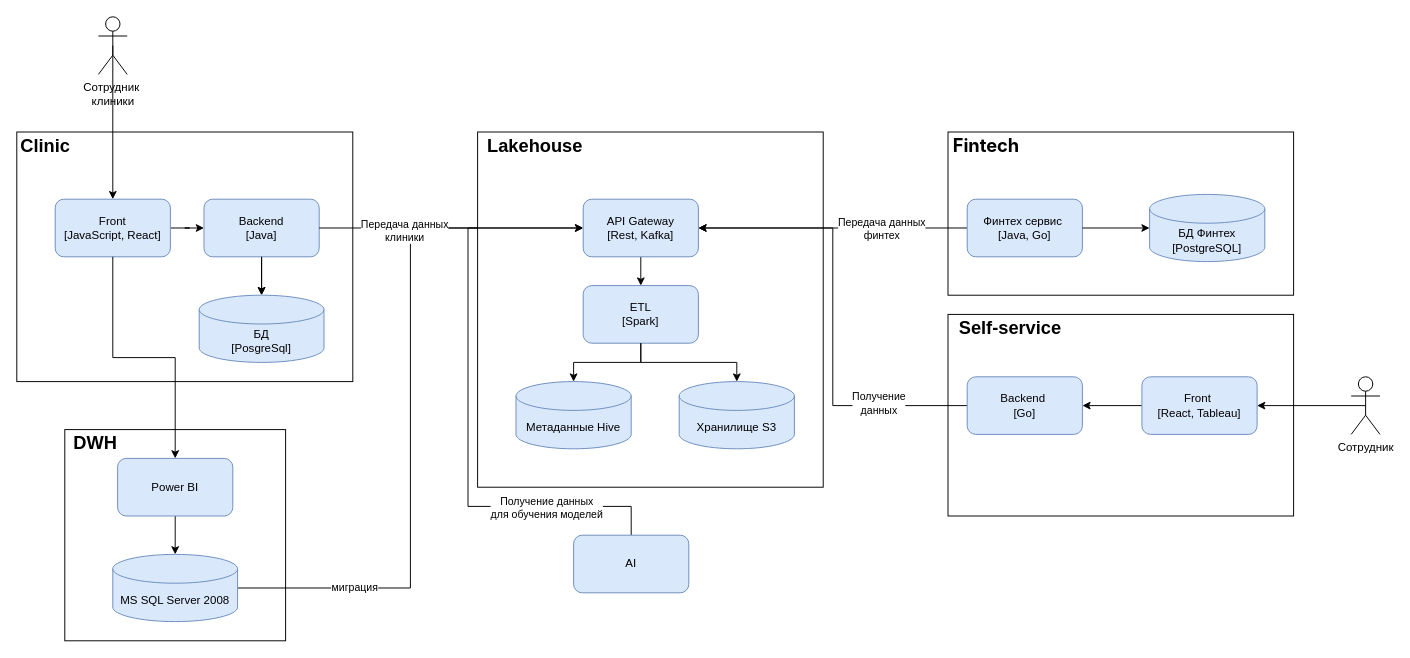
The draw.io diagram Exc1/Диаграмма С4.drawio in dronmiem/architecture-sprint-11, before the edit. Source tidied: cells renumbered, new cells numbered last; positions are measured from the earlier drawing's top-left corner, leaving out a move shared by most shapes. Both pictures are drawn from the tidied source at 96%, with x=0, y=0 at pixel (16, 16).
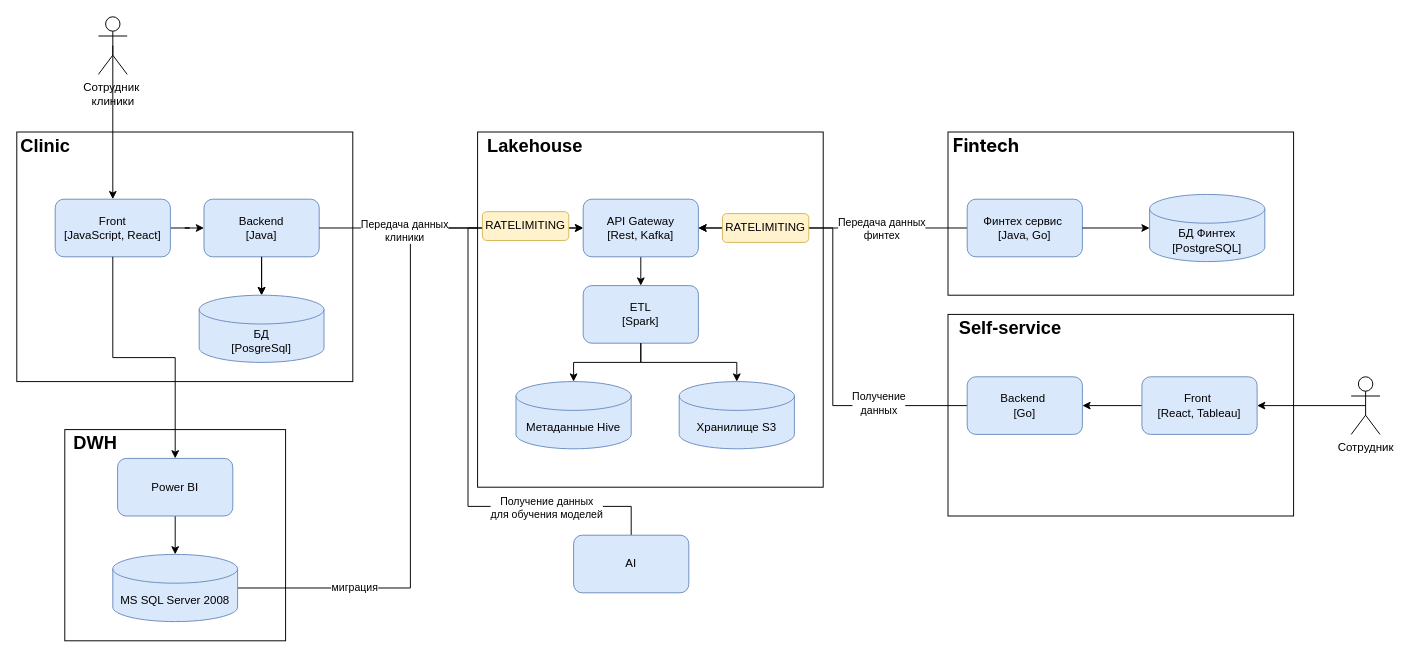
The same page after the edit.

What changed in the source:
```diff
@@
+    <mxCell id="50" value="RATELIMITING" style="rounded=1;whiteSpace=wrap;html=1;fillColor=#fff2cc;strokeColor=#d6b656;" parent="1" vertex="1">
+      <mxGeometry x="735" y="205" width="90" height="30" as="geometry" />
+    </mxCell>
+    <mxCell id="51" value="RATELIMITING" style="rounded=1;whiteSpace=wrap;html=1;fillColor=#fff2cc;strokeColor=#d6b656;" parent="1" vertex="1">
+      <mxGeometry x="485" y="203" width="90" height="30" as="geometry" />
+    </mxCell>
```
